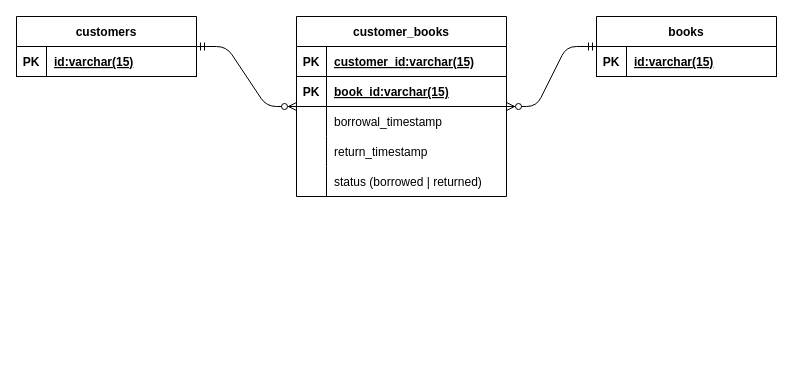
Before: page "ERD" (2 of 2) of diagram.drawio in tharindu-io/library-node-ts-be, a draw.io diagram. Source tidied: cells renumbered, new cells numbered last; positions are measured from the earlier drawing's top-left corner, leaving out a move shared by most shapes. Both pictures are drawn from the tidied source at 100%, with x=0, y=0 at pixel (16, 16).
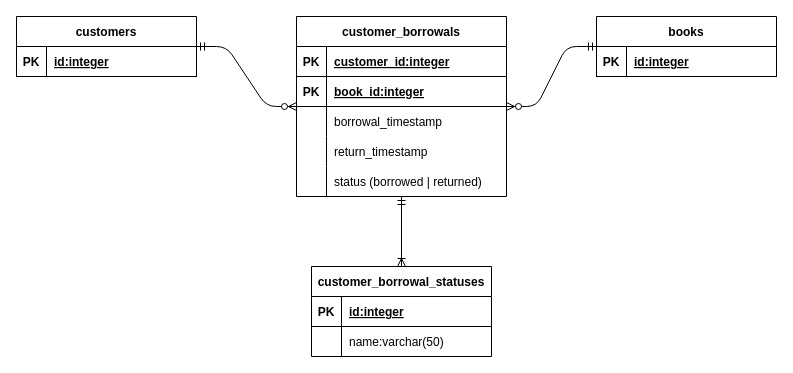
The same diagram, later.

The change refers to these unchanged cells:
```xml
<mxCell id="3" style="shape=partialRectangle;fillColor=none;top=0;left=0;bottom=1;right=0;" parent="2" vertex="1">
  <mxGeometry y="30" width="180" height="30" as="geometry" />
</mxCell>
<mxCell id="7" style="shape=partialRectangle;fillColor=none;top=0;left=0;bottom=1;right=0;" parent="6" vertex="1">
  <mxGeometry y="30" width="180" height="30" as="geometry" />
</mxCell>
<mxCell id="11" style="shape=partialRectangle;fillColor=none;top=0;left=0;bottom=1;right=0;" parent="10" vertex="1">
  <mxGeometry y="30" width="210" height="30" as="geometry" />
</mxCell>
<mxCell id="14" style="shape=partialRectangle;fillColor=none;top=0;left=0;bottom=1;right=0;" parent="10" vertex="1">
  <mxGeometry y="60" width="210" height="30" as="geometry" />
</mxCell>
<mxCell id="23" style="shape=partialRectangle;fillColor=none;top=0;left=0;bottom=0;right=0;points=[[0,0.5],[1,0.5]];portConstraint=eastwest;" parent="10" vertex="1">
  <mxGeometry y="150" width="210" height="30" as="geometry" />
</mxCell>
```

The edit, as a diff of the source:
```diff
@@
-    <mxCell id="5" value="id:varchar(15)" style="shape=partialRectangle;fillColor=none;top=0;left=0;bottom=0;right=0;align=left;spacingLeft=6;fontStyle=5;overflow=hidden;" parent="3" vertex="1">
+    <mxCell id="5" value="id:integer" style="shape=partialRectangle;fillColor=none;top=0;left=0;bottom=0;right=0;align=left;spacingLeft=6;fontStyle=5;overflow=hidden;" parent="3" vertex="1">
       <mxGeometry x="30" width="150" height="30" as="geometry" />
     </mxCell>
@@
-    <mxCell id="9" value="id:varchar(15)" style="shape=partialRectangle;fillColor=none;top=0;left=0;bottom=0;right=0;align=left;spacingLeft=6;fontStyle=5;overflow=hidden;" parent="7" vertex="1">
+    <mxCell id="9" value="id:integer" style="shape=partialRectangle;fillColor=none;top=0;left=0;bottom=0;right=0;align=left;spacingLeft=6;fontStyle=5;overflow=hidden;" parent="7" vertex="1">
       <mxGeometry x="30" width="150" height="30" as="geometry" />
     </mxCell>
-    <mxCell id="10" value="customer_books" style="shape=table;startSize=30;childLayout=tableLayout;rowLines=0;fontStyle=1;align=center;" parent="1" vertex="1">
+    <mxCell id="10" value="customer_borrowals" style="shape=table;startSize=30;childLayout=tableLayout;rowLines=0;fontStyle=1;align=center;" parent="1" vertex="1">
       <mxGeometry x="280" width="210" height="180" as="geometry" />
     </mxCell>
@@
-    <mxCell id="13" value="customer_id:varchar(15)" style="shape=partialRectangle;fillColor=none;top=0;left=0;bottom=0;right=0;align=left;spacingLeft=6;fontStyle=5;overflow=hidden;" parent="11" vertex="1">
+    <mxCell id="13" value="customer_id:integer" style="shape=partialRectangle;fillColor=none;top=0;left=0;bottom=0;right=0;align=left;spacingLeft=6;fontStyle=5;overflow=hidden;" parent="11" vertex="1">
       <mxGeometry x="30" width="180" height="30" as="geometry" />
     </mxCell>
@@
-    <mxCell id="16" value="book_id:varchar(15)" style="shape=partialRectangle;fillColor=none;top=0;left=0;bottom=0;right=0;align=left;spacingLeft=6;fontStyle=5;overflow=hidden;" parent="14" vertex="1">
+    <mxCell id="16" value="book_id:integer" style="shape=partialRectangle;fillColor=none;top=0;left=0;bottom=0;right=0;align=left;spacingLeft=6;fontStyle=5;overflow=hidden;" parent="14" vertex="1">
       <mxGeometry x="30" width="180" height="30" as="geometry" />
     </mxCell>
@@
+    <mxCell id="28" value="customer_borrowal_statuses" style="shape=table;startSize=30;childLayout=tableLayout;rowLines=0;fontStyle=1;align=center;" parent="1" vertex="1">
+      <mxGeometry x="295" y="250" width="180" height="90" as="geometry" />
+    </mxCell>
+    <mxCell id="29" style="shape=partialRectangle;fillColor=none;top=0;left=0;bottom=1;right=0;" parent="28" vertex="1">
+      <mxGeometry y="30" width="180" height="30" as="geometry" />
+    </mxCell>
+    <mxCell id="30" value="PK" style="shape=partialRectangle;fillColor=none;top=0;left=0;bottom=0;right=0;fontStyle=1;overflow=hidden;" parent="29" vertex="1">
+      <mxGeometry width="30" height="30" as="geometry" />
+    </mxCell>
+    <mxCell id="31" value="id:integer" style="shape=partialRectangle;fillColor=none;top=0;left=0;bottom=0;right=0;align=left;spacingLeft=6;fontStyle=5;overflow=hidden;" parent="29" vertex="1">
+      <mxGeometry x="30" width="150" height="30" as="geometry" />
+    </mxCell>
+    <mxCell id="32" style="shape=partialRectangle;fillColor=none;top=0;left=0;bottom=0;right=0;" parent="28" vertex="1">
+      <mxGeometry y="60" width="180" height="30" as="geometry" />
+    </mxCell>
+    <mxCell id="33" style="shape=partialRectangle;fillColor=none;top=0;left=0;bottom=0;right=0;overflow=hidden;" parent="32" vertex="1">
+      <mxGeometry width="30" height="30" as="geometry" />
+    </mxCell>
+    <mxCell id="34" value="name:varchar(50)" style="shape=partialRectangle;fillColor=none;top=0;left=0;bottom=0;right=0;align=left;spacingLeft=6;overflow=hidden;" parent="32" vertex="1">
+      <mxGeometry x="30" width="150" height="30" as="geometry" />
+    </mxCell>
+    <mxCell id="35" style="fontSize=12;html=1;endArrow=ERoneToMany;startArrow=ERmandOne;entryX=0.5;entryY=0;entryDx=0;entryDy=0;endFill=0;" parent="1" edge="1" source="23" target="28">
+      <mxGeometry relative="1" as="geometry" />
+    </mxCell>
```
